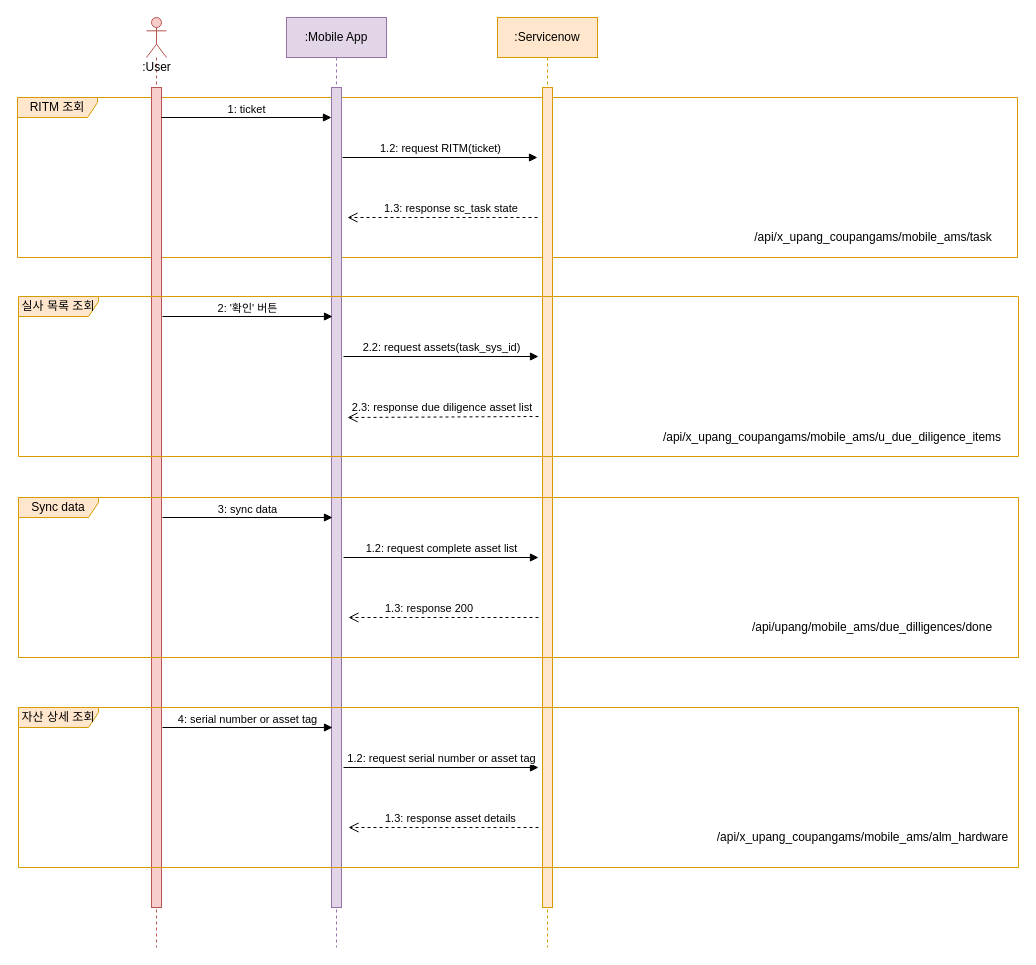
Earlier version of the draw.io diagram page "Mobile" (2 of 3) of RFID_Mobile.drawio (okrang/ServiceNow). Source tidied: cells renumbered, new cells numbered last; positions are measured from the earlier drawing's top-left corner, leaving out a move shared by most shapes. Both pictures are drawn from the tidied source at 100%, with x=0, y=0 at pixel (17, 17).
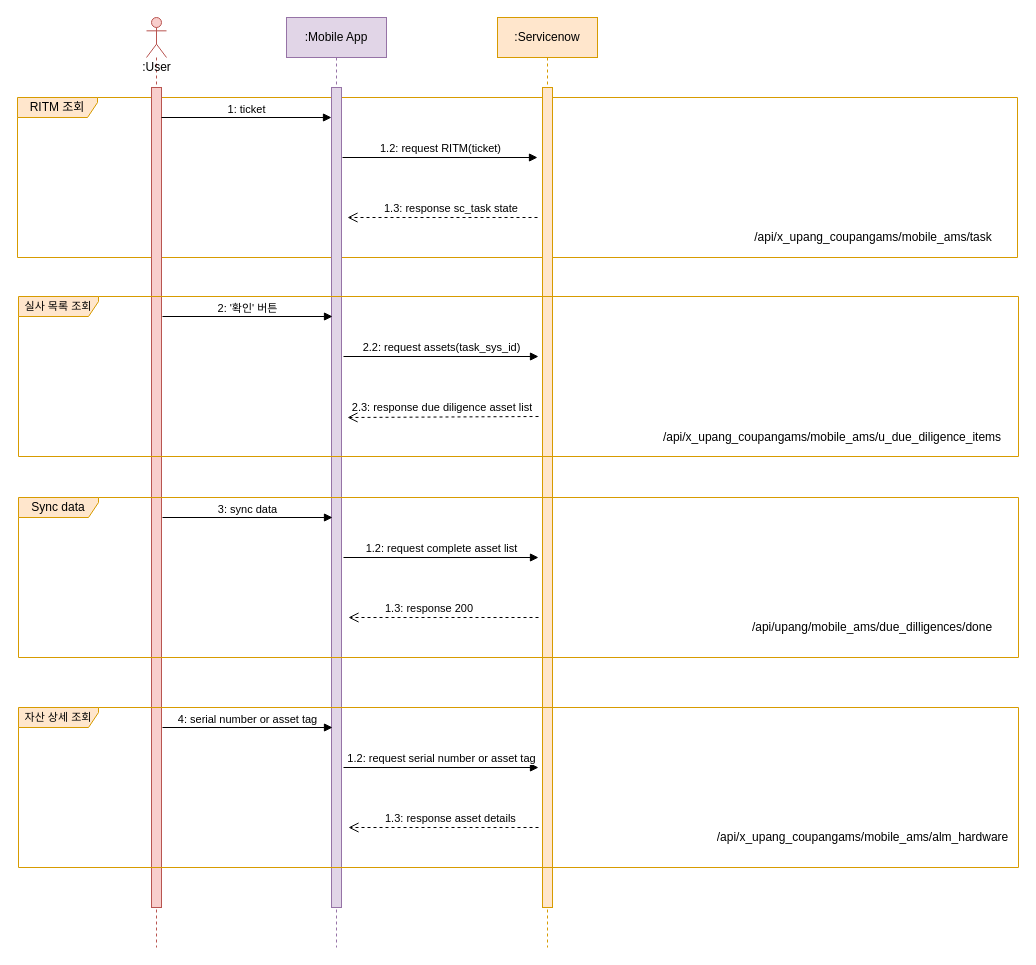
Above is the later version.

The edit, as a diff of the source:
```diff
@@
-    <mxCell id="13" value="실사 목록 조회" style="shape=umlFrame;whiteSpace=wrap;html=1;fillColor=#ffe6cc;strokeColor=#d79b00;width=80;height=20;" parent="1" vertex="1">
+    <mxCell id="13" value="&lt;font style=&quot;font-size: 11px;&quot;&gt;실사 목록 조회&lt;/font&gt;" style="shape=umlFrame;whiteSpace=wrap;html=1;fillColor=#ffe6cc;strokeColor=#d79b00;width=80;height=20;" parent="1" vertex="1">
       <mxGeometry x="1" y="279" width="1000" height="160" as="geometry" />
     </mxCell>
@@
-    <mxCell id="21" value="자산 상세 조회" style="shape=umlFrame;whiteSpace=wrap;html=1;fillColor=#ffe6cc;strokeColor=#d79b00;width=80;height=20;" parent="1" vertex="1">
+    <mxCell id="21" value="&lt;font style=&quot;font-size: 11px;&quot;&gt;자산 상세 조회&lt;/font&gt;" style="shape=umlFrame;whiteSpace=wrap;html=1;fillColor=#ffe6cc;strokeColor=#d79b00;width=80;height=20;" parent="1" vertex="1">
       <mxGeometry x="1" y="690" width="1000" height="160" as="geometry" />
     </mxCell>
```
